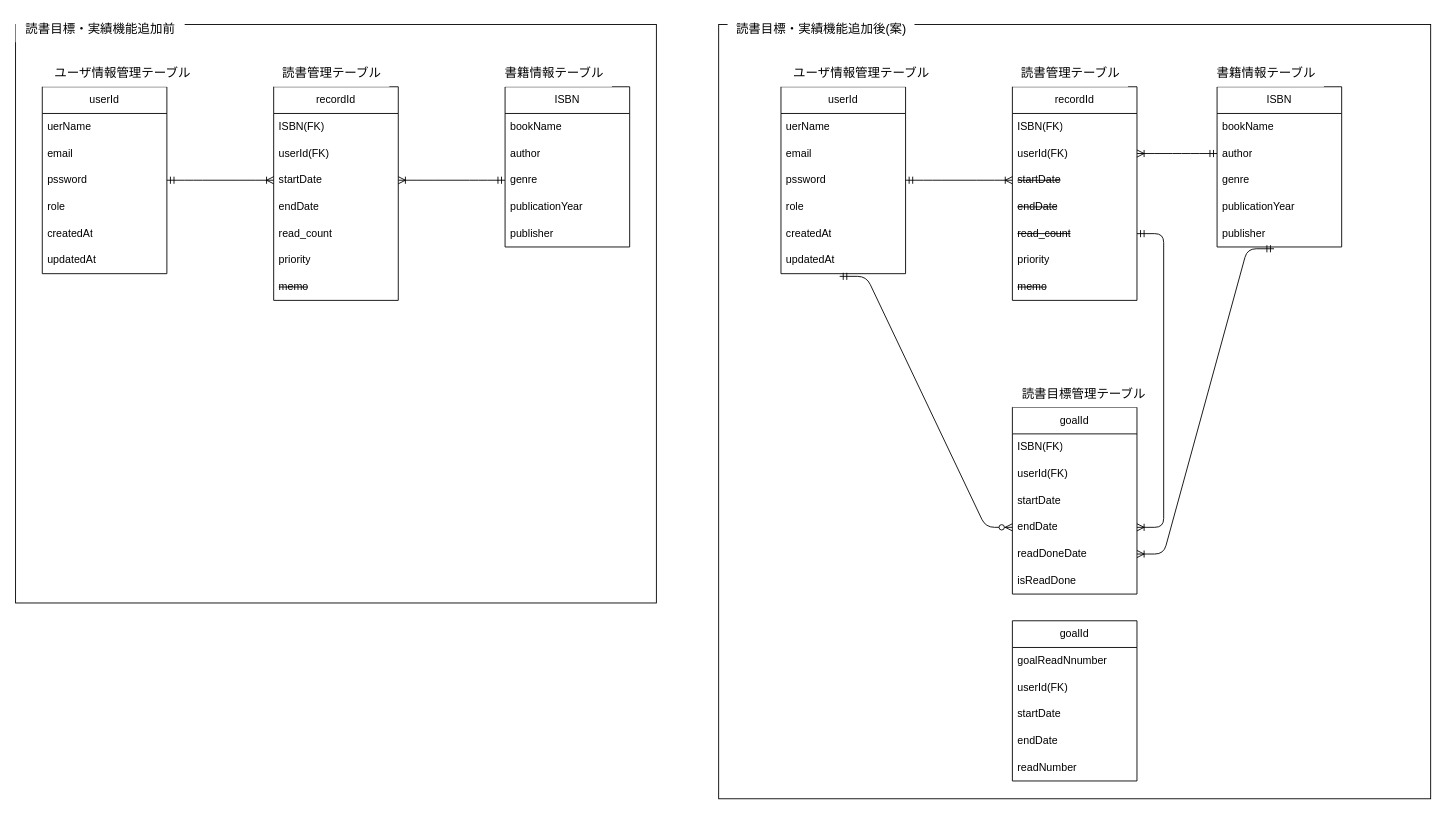
Earlier version of the draw.io diagram libroLog-ER.drawio (krd-takahiro1226/LibroLog). Source tidied: cells renumbered, new cells numbered last; positions are measured from the earlier drawing's top-left corner, leaving out a move shared by most shapes. Both pictures are drawn from the tidied source at 89%, with x=0, y=0 at pixel (15, 15).
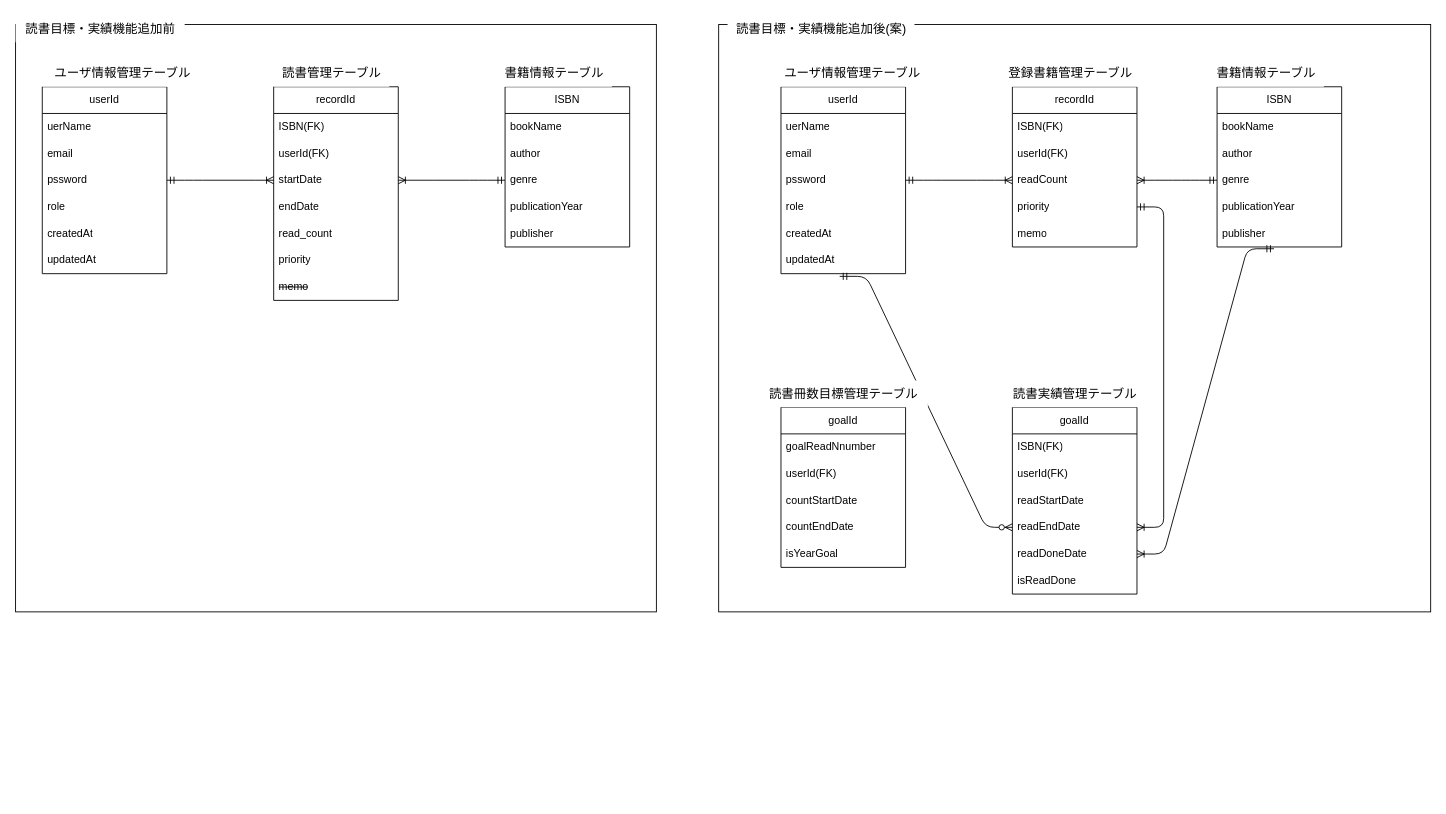
The same page after the edit.

Commit message:
実績管理機能追加に伴うテーブル設計を修正

Unchanged cells that the change refers to:
```xml
<mxCell id="16" value="userId(FK)" style="text;strokeColor=none;fillColor=none;align=left;verticalAlign=middle;spacingLeft=4;spacingRight=4;overflow=hidden;points=[[0,0.5],[1,0.5]];portConstraint=eastwest;whiteSpace=wrap;html=1;" parent="14" vertex="1">
  <mxGeometry y="60" width="140" height="30" as="geometry" />
</mxCell>
<mxCell id="23" style="group;" parent="1" vertex="1">
  <mxGeometry x="860" y="50" width="180" height="240" as="geometry" />
</mxCell>
<mxCell id="27" value="pssword" style="text;strokeColor=none;fillColor=none;align=left;verticalAlign=middle;spacingLeft=4;spacingRight=4;overflow=hidden;points=[[0,0.5],[1,0.5]];portConstraint=eastwest;whiteSpace=wrap;html=1;" parent="24" vertex="1">
  <mxGeometry y="90" width="140" height="30" as="geometry" />
</mxCell>
<mxCell id="35" value="author" style="text;strokeColor=none;fillColor=none;align=left;verticalAlign=middle;spacingLeft=4;spacingRight=4;overflow=hidden;points=[[0,0.5],[1,0.5]];portConstraint=eastwest;whiteSpace=wrap;html=1;" parent="33" vertex="1">
  <mxGeometry y="60" width="140" height="30" as="geometry" />
</mxCell>
<mxCell id="36" value="genre" style="text;strokeColor=none;fillColor=none;align=left;verticalAlign=middle;spacingLeft=4;spacingRight=4;overflow=hidden;points=[[0,0.5],[1,0.5]];portConstraint=eastwest;whiteSpace=wrap;html=1;" parent="33" vertex="1">
  <mxGeometry y="90" width="140" height="30" as="geometry" />
</mxCell>
<mxCell id="40" style="group;" parent="1" vertex="1">
  <mxGeometry x="1120" y="400" width="160" height="250" as="geometry" />
</mxCell>
<mxCell id="41" value="&lt;span style=&quot;text-align: left;&quot;&gt;goalId&lt;/span&gt;" style="swimlane;fontStyle=0;horizontal=1;startSize=30;whiteSpace=wrap;html=1;" parent="40" vertex="1">
  <mxGeometry y="40" width="140" height="210" as="geometry" />
</mxCell>
```

What changed in the source:
```diff
@@
     <mxCell id="2" style="rounded=0;whiteSpace=wrap;html=1;" parent="1" vertex="1">
-      <mxGeometry y="10" width="720" height="650" as="geometry" />
+      <mxGeometry y="10" width="720" height="660" as="geometry" />
     </mxCell>
@@
     <mxCell id="4" style="rounded=0;whiteSpace=wrap;html=1;" parent="1" vertex="1">
-      <mxGeometry x="790" y="10" width="800" height="870" as="geometry" />
+      <mxGeometry x="790" y="10" width="800" height="660" as="geometry" />
     </mxCell>
@@
-    <mxCell id="6" value="&lt;span style=&quot;text-align: left;&quot;&gt;goalId&lt;/span&gt;" style="swimlane;fontStyle=0;horizontal=1;startSize=30;whiteSpace=wrap;html=1;" parent="1" vertex="1">
-      <mxGeometry x="1120" y="680" width="140" height="180" as="geometry" />
-    </mxCell>
-    <mxCell id="7" value="goalReadNnumber" style="text;strokeColor=none;fillColor=none;align=left;verticalAlign=middle;spacingLeft=4;spacingRight=4;overflow=hidden;whiteSpace=wrap;html=1;" parent="6" vertex="1">
-      <mxGeometry y="30" width="140" height="30" as="geometry" />
-    </mxCell>
-    <mxCell id="8" value="userId(FK)" style="text;strokeColor=none;fillColor=none;align=left;verticalAlign=middle;spacingLeft=4;spacingRight=4;overflow=hidden;whiteSpace=wrap;html=1;" parent="6" vertex="1">
-      <mxGeometry y="60" width="140" height="30" as="geometry" />
-    </mxCell>
-    <mxCell id="9" value="startDate" style="text;strokeColor=none;fillColor=none;align=left;verticalAlign=middle;spacingLeft=4;spacingRight=4;overflow=hidden;whiteSpace=wrap;html=1;" parent="6" vertex="1">
-      <mxGeometry y="90" width="140" height="30" as="geometry" />
-    </mxCell>
-    <mxCell id="10" value="endDate" style="text;strokeColor=none;fillColor=none;align=left;verticalAlign=middle;spacingLeft=4;spacingRight=4;overflow=hidden;whiteSpace=wrap;html=1;" parent="6" vertex="1">
-      <mxGeometry y="120" width="140" height="30" as="geometry" />
-    </mxCell>
-    <mxCell id="11" value="readNumber" style="text;strokeColor=none;fillColor=none;align=left;verticalAlign=middle;spacingLeft=4;spacingRight=4;overflow=hidden;whiteSpace=wrap;html=1;" parent="6" vertex="1">
-      <mxGeometry y="150" width="140" height="30" as="geometry" />
-    </mxCell>
-    <mxCell id="12" style="edgeStyle=entityRelationEdgeStyle;fontSize=12;html=1;endArrow=ERoneToMany;startArrow=ERmandOne;exitX=1;exitY=0.5;exitDx=0;exitDy=0;entryX=0;entryY=0.5;entryDx=0;entryDy=0;" parent="1" edge="1" source="27" target="17">
-      <mxGeometry relative="1" as="geometry" />
+    <mxCell id="12" style="edgeStyle=entityRelationEdgeStyle;fontSize=12;html=1;endArrow=ERoneToMany;startArrow=ERmandOne;exitX=1;exitY=0.5;exitDx=0;exitDy=0;entryX=0;entryY=0.5;entryDx=0;entryDy=0;" parent="1" edge="1" source="27">
+      <mxGeometry relative="1" as="geometry">
+        <mxPoint x="1120" y="185" as="targetPoint" />
+      </mxGeometry>
     </mxCell>
     <mxCell id="13" style="group;" parent="1" vertex="1">
-      <mxGeometry x="1120" y="40" width="140" height="280" as="geometry" />
+      <mxGeometry x="1120" y="40" width="145" height="280" as="geometry" />
     </mxCell>
     <mxCell id="14" value="recordId" style="swimlane;fontStyle=0;horizontal=1;startSize=30;whiteSpace=wrap;html=1;" parent="13" vertex="1">
-      <mxGeometry y="40" width="140" height="240" as="geometry" />
+      <mxGeometry y="40" width="140" height="180" as="geometry" />
     </mxCell>
@@
-    <mxCell id="17" value="&lt;strike&gt;startDate&lt;/strike&gt;" style="text;strokeColor=none;fillColor=none;align=left;verticalAlign=middle;spacingLeft=4;spacingRight=4;overflow=hidden;points=[[0,0.5],[1,0.5]];portConstraint=eastwest;whiteSpace=wrap;html=1;" parent="14" vertex="1">
-      <mxGeometry y="90" width="140" height="30" as="geometry" />
-    </mxCell>
-    <mxCell id="18" value="&lt;strike&gt;endDate&lt;/strike&gt;" style="text;strokeColor=none;fillColor=none;align=left;verticalAlign=middle;spacingLeft=4;spacingRight=4;overflow=hidden;whiteSpace=wrap;html=1;" parent="14" vertex="1">
-      <mxGeometry y="120" width="140" height="30" as="geometry" />
-    </mxCell>
-    <mxCell id="19" value="&lt;strike&gt;read_count&lt;/strike&gt;" style="text;strokeColor=none;fillColor=none;align=left;verticalAlign=middle;spacingLeft=4;spacingRight=4;overflow=hidden;points=[[0,0.5],[1,0.5]];portConstraint=eastwest;whiteSpace=wrap;html=1;" parent="14" vertex="1">
-      <mxGeometry y="150" width="140" height="30" as="geometry" />
+    <mxCell id="19" value="readCount" style="text;strokeColor=none;fillColor=none;align=left;verticalAlign=middle;spacingLeft=4;spacingRight=4;overflow=hidden;points=[[0,0.5],[1,0.5]];portConstraint=eastwest;whiteSpace=wrap;html=1;" parent="14" vertex="1">
+      <mxGeometry y="90" width="140" height="30" as="geometry" />
     </mxCell>
     <mxCell id="20" value="priority" style="text;strokeColor=none;fillColor=none;align=left;verticalAlign=middle;spacingLeft=4;spacingRight=4;overflow=hidden;points=[[0,0.5],[1,0.5]];portConstraint=eastwest;whiteSpace=wrap;html=1;" parent="14" vertex="1">
-      <mxGeometry y="180" width="140" height="30" as="geometry" />
+      <mxGeometry y="120" width="140" height="30" as="geometry" />
     </mxCell>
-    <mxCell id="21" value="&lt;strike&gt;memo&lt;/strike&gt;" style="text;strokeColor=none;fillColor=none;align=left;verticalAlign=middle;spacingLeft=4;spacingRight=4;overflow=hidden;whiteSpace=wrap;html=1;" parent="14" vertex="1">
-      <mxGeometry y="210" width="140" height="30" as="geometry" />
+    <mxCell id="21" value="memo" style="text;strokeColor=none;fillColor=none;align=left;verticalAlign=middle;spacingLeft=4;spacingRight=4;overflow=hidden;whiteSpace=wrap;html=1;" parent="14" vertex="1">
+      <mxGeometry y="150" width="140" height="30" as="geometry" />
     </mxCell>
-    <mxCell id="22" value="&lt;font style=&quot;font-size: 14px;&quot;&gt;読書管理テーブル&lt;/font&gt;" style="text;html=1;align=center;verticalAlign=middle;strokeColor=none;fillColor=default;" parent="13" vertex="1">
-      <mxGeometry y="10" width="130" height="30" as="geometry" />
+    <mxCell id="22" value="&lt;font style=&quot;font-size: 14px;&quot;&gt;登録書籍管理テーブル&lt;/font&gt;" style="text;html=1;align=center;verticalAlign=middle;strokeColor=none;fillColor=default;" parent="13" vertex="1">
+      <mxGeometry x="-15" y="10" width="160" height="30" as="geometry" />
     </mxCell>
@@
-    <mxCell id="31" value="&lt;font style=&quot;font-size: 14px;&quot;&gt;ユーザ情報管理テーブル&lt;/font&gt;" style="text;html=1;align=center;verticalAlign=middle;strokeColor=none;fillColor=default;" parent="23" vertex="1">
-      <mxGeometry width="180" height="30" as="geometry" />
-    </mxCell>
@@
-    <mxCell id="44" value="startDate" style="text;strokeColor=none;fillColor=none;align=left;verticalAlign=middle;spacingLeft=4;spacingRight=4;overflow=hidden;whiteSpace=wrap;html=1;" parent="41" vertex="1">
+    <mxCell id="44" value="readStartDate" style="text;strokeColor=none;fillColor=none;align=left;verticalAlign=middle;spacingLeft=4;spacingRight=4;overflow=hidden;whiteSpace=wrap;html=1;" parent="41" vertex="1">
       <mxGeometry y="90" width="140" height="30" as="geometry" />
     </mxCell>
-    <mxCell id="45" value="endDate" style="text;strokeColor=none;fillColor=none;align=left;verticalAlign=middle;spacingLeft=4;spacingRight=4;overflow=hidden;points=[[0,0.5],[1,0.5]];portConstraint=eastwest;whiteSpace=wrap;html=1;" parent="41" vertex="1">
+    <mxCell id="45" value="readEndDate" style="text;strokeColor=none;fillColor=none;align=left;verticalAlign=middle;spacingLeft=4;spacingRight=4;overflow=hidden;points=[[0,0.5],[1,0.5]];portConstraint=eastwest;whiteSpace=wrap;html=1;" parent="41" vertex="1">
       <mxGeometry y="120" width="140" height="30" as="geometry" />
     </mxCell>
@@
-    <mxCell id="48" value="&lt;font style=&quot;font-size: 14px;&quot;&gt;読書目標管理テーブル&lt;/font&gt;" style="text;html=1;align=center;verticalAlign=middle;strokeColor=none;fillColor=default;" parent="40" vertex="1">
-      <mxGeometry y="10" width="160" height="30" as="geometry" />
+    <mxCell id="48" value="&lt;font style=&quot;font-size: 14px;&quot;&gt;読書実績管理テーブル&lt;/font&gt;" style="text;html=1;align=center;verticalAlign=middle;strokeColor=none;fillColor=default;" parent="40" vertex="1">
+      <mxGeometry x="-10" y="10" width="160" height="30" as="geometry" />
     </mxCell>
-    <mxCell id="49" style="edgeStyle=entityRelationEdgeStyle;fontSize=12;html=1;endArrow=ERoneToMany;startArrow=ERmandOne;exitX=1;exitY=0.5;exitDx=0;exitDy=0;entryX=1;entryY=0.5;entryDx=0;entryDy=0;" parent="1" edge="1" source="19" target="45">
+    <mxCell id="49" style="edgeStyle=entityRelationEdgeStyle;fontSize=12;html=1;endArrow=ERoneToMany;startArrow=ERmandOne;exitX=1;exitY=0.5;exitDx=0;exitDy=0;entryX=1;entryY=0.5;entryDx=0;entryDy=0;" parent="1" edge="1" source="20" target="45">
       <mxGeometry relative="1" as="geometry" />
     </mxCell>
@@
-    <mxCell id="51" style="edgeStyle=entityRelationEdgeStyle;fontSize=12;html=1;endArrow=ERoneToMany;startArrow=ERmandOne;exitX=0;exitY=0.5;exitDx=0;exitDy=0;entryX=1;entryY=0.5;entryDx=0;entryDy=0;" parent="1" edge="1" source="35" target="16">
+    <mxCell id="51" style="edgeStyle=entityRelationEdgeStyle;fontSize=12;html=1;endArrow=ERoneToMany;startArrow=ERmandOne;exitX=0;exitY=0.5;exitDx=0;exitDy=0;entryX=1;entryY=0.5;entryDx=0;entryDy=0;" parent="1" edge="1" source="36" target="19">
       <mxGeometry relative="1" as="geometry" />
     </mxCell>
@@
+    <mxCell id="31" value="&lt;font style=&quot;font-size: 14px;&quot;&gt;ユーザ情報管理テーブル&lt;/font&gt;" style="text;html=1;align=center;verticalAlign=middle;strokeColor=none;fillColor=default;" parent="1" vertex="1">
+      <mxGeometry x="850" y="50" width="180" height="30" as="geometry" />
+    </mxCell>
+    <mxCell id="82" style="group;" parent="1" vertex="1">
+      <mxGeometry x="835" y="410" width="190" height="210" as="geometry" />
+    </mxCell>
+    <mxCell id="6" value="&lt;span style=&quot;text-align: left;&quot;&gt;goalId&lt;/span&gt;" style="swimlane;fontStyle=0;horizontal=1;startSize=30;whiteSpace=wrap;html=1;" parent="82" vertex="1">
+      <mxGeometry x="25" y="30" width="140" height="180" as="geometry" />
+    </mxCell>
+    <mxCell id="7" value="goalReadNnumber" style="text;strokeColor=none;fillColor=none;align=left;verticalAlign=middle;spacingLeft=4;spacingRight=4;overflow=hidden;whiteSpace=wrap;html=1;" parent="6" vertex="1">
+      <mxGeometry y="30" width="140" height="30" as="geometry" />
+    </mxCell>
+    <mxCell id="8" value="userId(FK)" style="text;strokeColor=none;fillColor=none;align=left;verticalAlign=middle;spacingLeft=4;spacingRight=4;overflow=hidden;whiteSpace=wrap;html=1;" parent="6" vertex="1">
+      <mxGeometry y="60" width="140" height="30" as="geometry" />
+    </mxCell>
+    <mxCell id="9" value="countStartDate" style="text;strokeColor=none;fillColor=none;align=left;verticalAlign=middle;spacingLeft=4;spacingRight=4;overflow=hidden;whiteSpace=wrap;html=1;" parent="6" vertex="1">
+      <mxGeometry y="90" width="140" height="30" as="geometry" />
+    </mxCell>
+    <mxCell id="10" value="countEndDate" style="text;strokeColor=none;fillColor=none;align=left;verticalAlign=middle;spacingLeft=4;spacingRight=4;overflow=hidden;whiteSpace=wrap;html=1;" parent="6" vertex="1">
+      <mxGeometry y="120" width="140" height="30" as="geometry" />
+    </mxCell>
+    <mxCell id="83" value="isYearGoal" style="text;strokeColor=none;fillColor=none;align=left;verticalAlign=middle;spacingLeft=4;spacingRight=4;overflow=hidden;whiteSpace=wrap;html=1;" parent="6" vertex="1">
+      <mxGeometry y="150" width="140" height="30" as="geometry" />
+    </mxCell>
+    <mxCell id="84" value="&lt;font style=&quot;font-size: 14px;&quot;&gt;読書冊数目標管理テーブル&lt;/font&gt;" style="text;html=1;align=center;verticalAlign=middle;strokeColor=none;fillColor=default;" parent="82" vertex="1">
+      <mxGeometry width="190" height="30" as="geometry" />
+    </mxCell>
```
